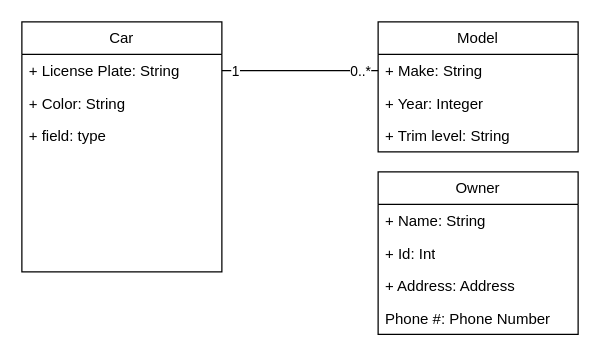
DylanBriSmith/4313Drawings keeps this draw.io diagram as 4314ass1parta.drawio. Above is the earlier version. Source tidied: cells renumbered, new cells numbered last; positions are measured from the earlier drawing's top-left corner, leaving out a move shared by most shapes. Both pictures are drawn from the tidied source at 125%, with x=0, y=0 at pixel (21, 21).
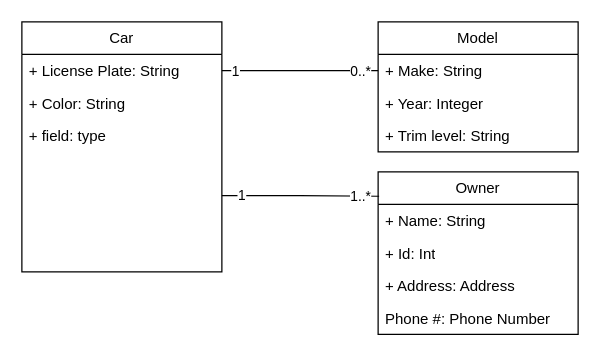
Above is the later version.

Change to the diagram source:
```diff
@@
 <mxGraphModel>
   <root>
     <mxCell id="0" />
     <mxCell id="1" parent="0" />
     <mxCell id="2" value="Car" style="swimlane;fontStyle=0;horizontal=1;startSize=26;fillColor=none;whiteSpace=wrap;html=1;" parent="1" vertex="1">
       <mxGeometry width="160" height="200" as="geometry" />
     </mxCell>
     <mxCell id="3" value="+ License Plate: String&lt;span style=&quot;white-space: pre;&quot;&gt;&#9;&lt;/span&gt;&amp;nbsp;" style="text;strokeColor=none;fillColor=none;align=left;verticalAlign=top;spacingLeft=4;spacingRight=4;overflow=hidden;points=[[0,0.5],[1,0.5]];portConstraint=eastwest;whiteSpace=wrap;html=1;" parent="2" vertex="1">
       <mxGeometry y="26" width="160" height="26" as="geometry" />
     </mxCell>
     <mxCell id="4" value="+ Color: String&lt;span style=&quot;white-space: pre;&quot;&gt;&#9;&lt;/span&gt;&lt;span style=&quot;white-space: pre;&quot;&gt;&#9;&lt;/span&gt;" style="text;strokeColor=none;fillColor=none;align=left;verticalAlign=top;spacingLeft=4;spacingRight=4;overflow=hidden;whiteSpace=wrap;html=1;" parent="2" vertex="1">
       <mxGeometry y="52" width="160" height="26" as="geometry" />
     </mxCell>
     <mxCell id="5" value="+ field: type" style="text;strokeColor=none;fillColor=none;align=left;verticalAlign=top;spacingLeft=4;spacingRight=4;overflow=hidden;points=[[0,0.5],[1,0.5]];portConstraint=eastwest;whiteSpace=wrap;html=1;" parent="2" vertex="1">
       <mxGeometry y="78" width="160" height="122" as="geometry" />
     </mxCell>
     <mxCell id="6" value="Model" style="swimlane;fontStyle=0;horizontal=1;startSize=26;fillColor=none;whiteSpace=wrap;html=1;" parent="1" vertex="1">
       <mxGeometry x="285" width="160" height="104" as="geometry" />
     </mxCell>
     <mxCell id="7" value="+ Make: String&lt;span style=&quot;white-space: pre;&quot;&gt;&#9;&lt;/span&gt;&lt;div&gt;&lt;span style=&quot;white-space: pre;&quot;&gt;&#9;&lt;/span&gt;&amp;nbsp;&lt;span style=&quot;white-space: pre;&quot;&gt;&#9;&lt;/span&gt;&lt;/div&gt;" style="text;strokeColor=none;fillColor=none;align=left;verticalAlign=top;spacingLeft=4;spacingRight=4;overflow=hidden;points=[[0,0.5],[1,0.5]];portConstraint=eastwest;whiteSpace=wrap;html=1;" parent="6" vertex="1">
       <mxGeometry y="26" width="160" height="26" as="geometry" />
     </mxCell>
     <mxCell id="8" value="+ Year: Integer&lt;span style=&quot;white-space: pre;&quot;&gt;&#9;&lt;/span&gt;&lt;span style=&quot;white-space: pre;&quot;&gt;&#9;&lt;/span&gt;" style="text;strokeColor=none;fillColor=none;align=left;verticalAlign=top;spacingLeft=4;spacingRight=4;overflow=hidden;whiteSpace=wrap;html=1;" parent="6" vertex="1">
       <mxGeometry y="52" width="160" height="26" as="geometry" />
     </mxCell>
     <mxCell id="9" value="+ Trim level: String" style="text;strokeColor=none;fillColor=none;align=left;verticalAlign=top;spacingLeft=4;spacingRight=4;overflow=hidden;whiteSpace=wrap;html=1;" parent="6" vertex="1">
       <mxGeometry y="78" width="160" height="26" as="geometry" />
     </mxCell>
     <mxCell id="10" style="edgeStyle=orthogonalEdgeStyle;rounded=0;jettySize=auto;html=1;entryX=0;entryY=0.5;entryDx=0;entryDy=0;endArrow=none;endFill=0;" parent="1" edge="1" source="3" target="7">
       <mxGeometry relative="1" as="geometry" />
     </mxCell>
     <mxCell id="11" value="1" style="edgeLabel;html=1;align=center;verticalAlign=middle;" parent="10" vertex="1">
       <mxGeometry x="-0.84" relative="1" as="geometry" />
     </mxCell>
     <mxCell id="12" value="0..*" style="edgeLabel;html=1;align=center;verticalAlign=middle;" parent="10" vertex="1">
       <mxGeometry x="0.76" relative="1" as="geometry" />
     </mxCell>
     <mxCell id="13" value="Owner" style="swimlane;fontStyle=0;horizontal=1;startSize=26;fillColor=none;whiteSpace=wrap;html=1;" parent="1" vertex="1">
       <mxGeometry x="285" y="120" width="160" height="130" as="geometry" />
     </mxCell>
     <mxCell id="14" value="+ Name: String&lt;span style=&quot;white-space: pre;&quot;&gt;&#9;&lt;/span&gt;&lt;div&gt;&lt;span style=&quot;white-space: pre;&quot;&gt;&#9;&lt;/span&gt;&amp;nbsp;&lt;span style=&quot;white-space: pre;&quot;&gt;&#9;&lt;/span&gt;&lt;/div&gt;" style="text;strokeColor=none;fillColor=none;align=left;verticalAlign=top;spacingLeft=4;spacingRight=4;overflow=hidden;whiteSpace=wrap;html=1;" parent="13" vertex="1">
       <mxGeometry y="26" width="160" height="26" as="geometry" />
     </mxCell>
     <mxCell id="15" value="+ Id: Int" style="text;strokeColor=none;fillColor=none;align=left;verticalAlign=top;spacingLeft=4;spacingRight=4;overflow=hidden;whiteSpace=wrap;html=1;" parent="13" vertex="1">
       <mxGeometry y="52" width="160" height="26" as="geometry" />
     </mxCell>
     <mxCell id="16" value="+ Address: Address" style="text;strokeColor=none;fillColor=none;align=left;verticalAlign=top;spacingLeft=4;spacingRight=4;overflow=hidden;whiteSpace=wrap;html=1;" parent="13" vertex="1">
       <mxGeometry y="78" width="160" height="52" as="geometry" />
     </mxCell>
     <mxCell id="17" value="Phone #: Phone Number" style="text;strokeColor=none;fillColor=none;align=left;verticalAlign=top;spacingLeft=4;spacingRight=4;overflow=hidden;whiteSpace=wrap;html=1;" parent="1" vertex="1">
       <mxGeometry x="285" y="224" width="160" height="26" as="geometry" />
     </mxCell>
+    <mxCell id="18" value="1..*" style="edgeStyle=orthogonalEdgeStyle;rounded=0;jettySize=auto;html=1;endArrow=none;endFill=0;entryX=0.005;entryY=0.15;entryDx=0;entryDy=0;entryPerimeter=0;" parent="1" edge="1" source="5" target="13">
+      <mxGeometry x="0.75" relative="1" as="geometry" />
+    </mxCell>
+    <mxCell id="19" value="1" style="edgeLabel;html=1;align=center;verticalAlign=middle;" parent="18" vertex="1">
+      <mxGeometry x="-0.76" y="1" relative="1" as="geometry" />
+    </mxCell>
   </root>
 </mxGraphModel>
```
